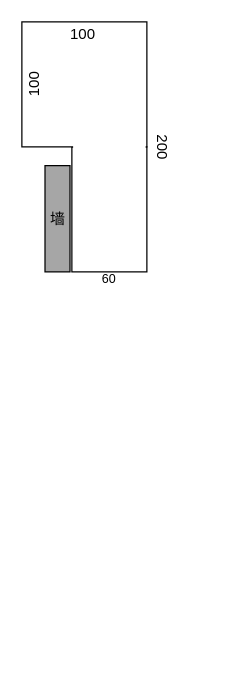
Earlier version of the draw.io diagram page "第 13 页" (14 of 16) of design.drawio (iswade/iswade). Source tidied: cells renumbered, new cells numbered last; positions are measured from the earlier drawing's top-left corner, leaving out a move shared by most shapes. Both pictures are drawn from the tidied source at 125%, with x=0, y=0 at pixel (-4, 21).
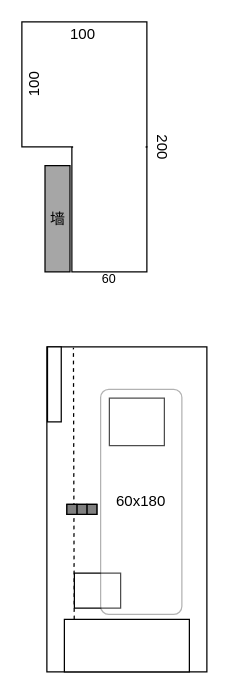
Above is the later version.

The edit, as a diff of the source:
```diff
@@
+    <mxCell id="12" style="rounded=0;whiteSpace=wrap;html=1;" parent="1" vertex="1">
+      <mxGeometry x="40" y="260" width="128" height="260" as="geometry" />
+    </mxCell>
+    <mxCell id="13" style="rounded=0;whiteSpace=wrap;html=1;" parent="1" vertex="1">
+      <mxGeometry x="40.5" y="260" width="11" height="60" as="geometry" />
+    </mxCell>
+    <mxCell id="14" style="rounded=0;whiteSpace=wrap;html=1;" parent="1" vertex="1">
+      <mxGeometry x="62" y="441" width="37" height="28" as="geometry" />
+    </mxCell>
+    <mxCell id="15" style="rounded=0;whiteSpace=wrap;html=1;" parent="1" vertex="1">
+      <mxGeometry x="90" y="301" width="44" height="38" as="geometry" />
+    </mxCell>
+    <mxCell id="16" style="endArrow=none;dashed=1;html=1;rounded=0;exitX=0.156;exitY=0.846;exitDx=0;exitDy=0;exitPerimeter=0;entryX=0.166;entryY=0.003;entryDx=0;entryDy=0;entryPerimeter=0;" parent="1" edge="1" target="12">
+      <mxGeometry relative="1" as="geometry">
+        <mxPoint x="62" y="520" as="sourcePoint" />
+      </mxGeometry>
+    </mxCell>
+    <mxCell id="17" style="group;fillColor=#808080;fontColor=#ffffff;strokeColor=#000000;" parent="1" vertex="1">
+      <mxGeometry x="56" y="386" width="24" height="8" as="geometry" />
+    </mxCell>
+    <mxCell id="18" style="rounded=0;whiteSpace=wrap;html=1;fillColor=#808080;fontColor=#ffffff;strokeColor=#000000;" parent="17" vertex="1">
+      <mxGeometry x="16" width="8" height="8" as="geometry" />
+    </mxCell>
+    <mxCell id="19" style="rounded=0;whiteSpace=wrap;html=1;fillColor=#808080;fontColor=#ffffff;strokeColor=#000000;" parent="17" vertex="1">
+      <mxGeometry x="8" width="8" height="8" as="geometry" />
+    </mxCell>
+    <mxCell id="20" style="rounded=0;whiteSpace=wrap;html=1;fillColor=#808080;fontColor=#ffffff;strokeColor=#000000;" parent="17" vertex="1">
+      <mxGeometry width="8" height="8" as="geometry" />
+    </mxCell>
+    <mxCell id="21" value="60x180" style="rounded=1;whiteSpace=wrap;html=1;arcSize=10;opacity=30;" parent="1" vertex="1">
+      <mxGeometry x="83" y="294" width="65" height="180" as="geometry" />
+    </mxCell>
+    <mxCell id="22" style="rounded=0;whiteSpace=wrap;html=1;" parent="1" vertex="1">
+      <mxGeometry x="54" y="478" width="100" height="42" as="geometry" />
+    </mxCell>
```
